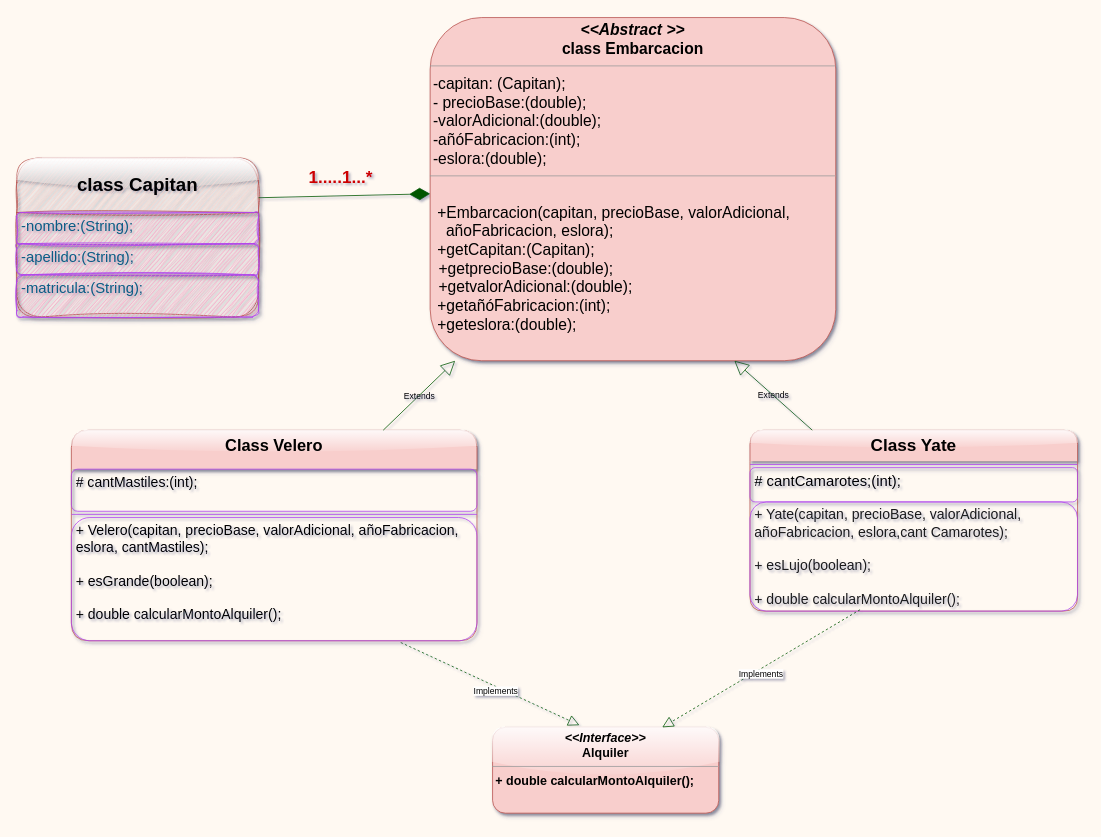
This is src/sistemaAlqulierEmbarcación.drawio from Mariayey12/EJERCICIOWORKSHOPPROGRAMACIONORIENTADA-OBJECTOS, a draw.io file, before an edit. Source tidied: cells renumbered, new cells numbered last; positions are measured from the earlier drawing's top-left corner, leaving out a move shared by most shapes. Both pictures are drawn from the tidied source at 78%, with x=0, y=0 at pixel (16, 17).
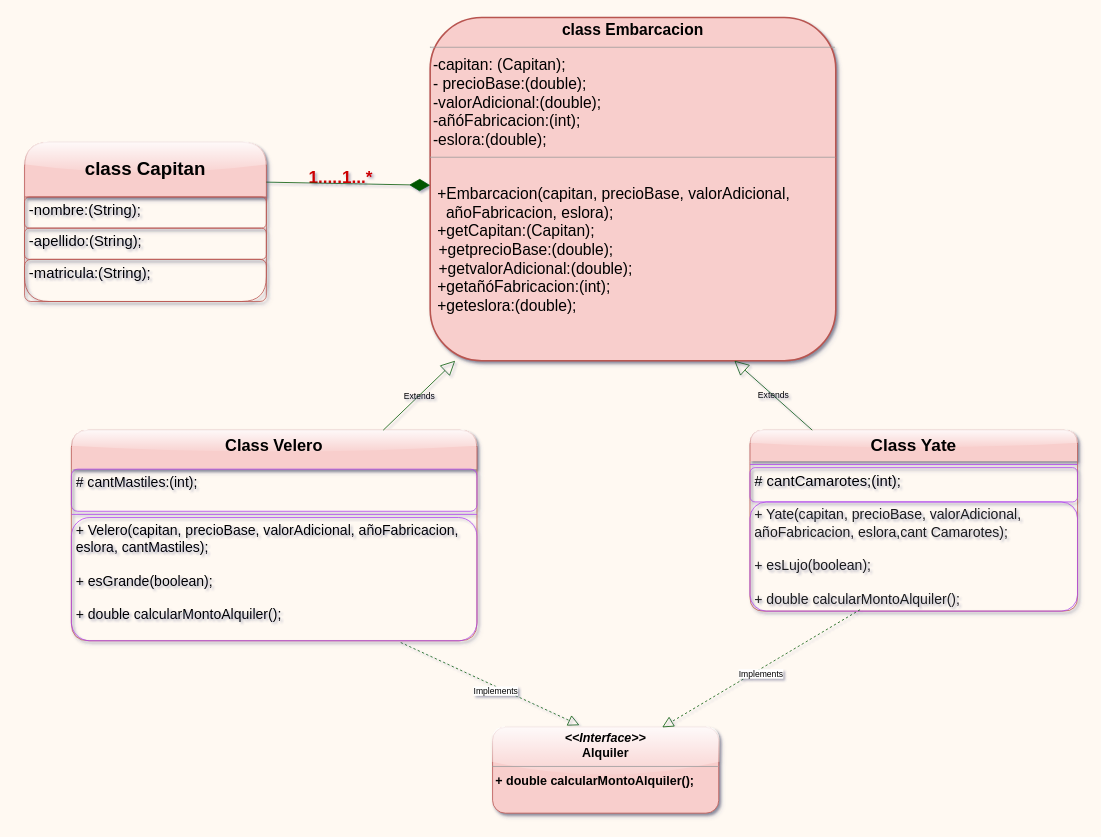
Above is the later version.

Diff of the diagram source:
```diff
@@
-    <mxCell id="4" value="&lt;font color=&quot;#000000&quot; style=&quot;font-size: 24px;&quot;&gt;&lt;b&gt;class Capitan&lt;/b&gt;&lt;/font&gt;" style="swimlane;fontStyle=0;horizontal=1;startSize=70;fillColor=#f8cecc;whiteSpace=wrap;html=1;strokeColor=#b85450;rounded=1;swimlaneLine=1;glass=1;sketch=1;curveFitting=1;jiggle=2;shadow=1;labelBackgroundColor=none;" parent="1" vertex="1">
-      <mxGeometry y="180" width="310" height="204" as="geometry" />
+    <mxCell id="4" value="&lt;font color=&quot;#000000&quot; style=&quot;font-size: 24px;&quot;&gt;&lt;b&gt;class Capitan&lt;/b&gt;&lt;/font&gt;" style="swimlane;fontStyle=0;horizontal=1;startSize=70;fillColor=#f8cecc;whiteSpace=wrap;html=1;strokeColor=#b85450;rounded=1;swimlaneLine=1;glass=1;shadow=1;labelBackgroundColor=none;" parent="1" vertex="1">
+      <mxGeometry x="10" y="160" width="310" height="204" as="geometry" />
     </mxCell>
-    <mxCell id="5" value="&lt;font style=&quot;font-size: 19px;&quot;&gt;-nombre:(String);&lt;/font&gt;" style="text;strokeColor=#AF45ED;fillColor=#F694C1;align=left;verticalAlign=top;spacingLeft=4;spacingRight=4;overflow=hidden;whiteSpace=wrap;html=1;fontSize=12;fontFamily=Helvetica;fontColor=#095C86;rounded=1;shadow=1;glass=0;sketch=1;curveFitting=1;jiggle=2;labelBackgroundColor=none;" parent="4" vertex="1">
+    <mxCell id="5" value="&lt;font style=&quot;font-size: 19px;&quot;&gt;-nombre:(String);&lt;/font&gt;" style="text;strokeColor=#b85450;fillColor=none;align=left;verticalAlign=top;spacingLeft=4;spacingRight=4;overflow=hidden;whiteSpace=wrap;html=1;fontSize=12;fontFamily=Helvetica;rounded=1;shadow=1;glass=0;labelBackgroundColor=none;" parent="4" vertex="1">
       <mxGeometry y="70" width="310" height="40" as="geometry" />
     </mxCell>
-    <mxCell id="6" value="&lt;font style=&quot;font-size: 19px;&quot;&gt;-apellido:(String);&lt;/font&gt;" style="text;strokeColor=#AF45ED;fillColor=#F694C1;align=left;verticalAlign=top;spacingLeft=4;spacingRight=4;overflow=hidden;whiteSpace=wrap;html=1;fontSize=12;fontFamily=Helvetica;fontColor=#095C86;rounded=1;shadow=1;sketch=1;curveFitting=1;jiggle=2;labelBackgroundColor=none;" parent="4" vertex="1">
+    <mxCell id="6" value="&lt;font style=&quot;font-size: 19px;&quot;&gt;-apellido:(String);&lt;/font&gt;" style="text;strokeColor=#b85450;fillColor=none;align=left;verticalAlign=top;spacingLeft=4;spacingRight=4;overflow=hidden;whiteSpace=wrap;html=1;fontSize=12;fontFamily=Helvetica;rounded=1;shadow=1;labelBackgroundColor=none;" parent="4" vertex="1">
       <mxGeometry y="110" width="310" height="40" as="geometry" />
     </mxCell>
-    <mxCell id="7" value="&lt;font style=&quot;font-size: 19px;&quot;&gt;-matricula:(String);&lt;/font&gt;" style="text;strokeColor=#AF45ED;fillColor=#F694C1;align=left;verticalAlign=top;spacingLeft=4;spacingRight=4;overflow=hidden;whiteSpace=wrap;html=1;fontSize=12;fontFamily=Helvetica;fontColor=#095C86;rounded=1;shadow=1;sketch=1;curveFitting=1;jiggle=2;labelBackgroundColor=none;" parent="4" vertex="1">
+    <mxCell id="7" value="&lt;font style=&quot;font-size: 19px;&quot;&gt;-matricula:(String);&lt;/font&gt;" style="text;strokeColor=#b85450;fillColor=none;align=left;verticalAlign=top;spacingLeft=4;spacingRight=4;overflow=hidden;whiteSpace=wrap;html=1;fontSize=12;fontFamily=Helvetica;rounded=1;shadow=1;labelBackgroundColor=none;" parent="4" vertex="1">
       <mxGeometry y="150" width="310" height="54" as="geometry" />
     </mxCell>
-    <mxCell id="8" value="&lt;p style=&quot;margin: 4px 0px 0px; text-align: center; font-size: 20px;&quot;&gt;&lt;font color=&quot;#000000&quot; style=&quot;font-size: 20px;&quot;&gt;&lt;b&gt;&lt;i style=&quot;&quot;&gt;&amp;lt;&amp;lt;Abstract &amp;gt;&amp;gt;&lt;/i&gt;&lt;br&gt;class Embarcacion&lt;/b&gt;&lt;br&gt;&lt;/font&gt;&lt;/p&gt;&lt;hr style=&quot;font-size: 20px;&quot; size=&quot;1&quot;&gt;&lt;p style=&quot;margin: 0px 0px 0px 4px; font-size: 20px;&quot;&gt;&lt;font color=&quot;#000000&quot; style=&quot;font-size: 20px;&quot;&gt;-capitan: (Capitan);&lt;br&gt;- precioBase:(double);&lt;/font&gt;&lt;/p&gt;&lt;p style=&quot;margin: 0px 0px 0px 4px; font-size: 20px;&quot;&gt;&lt;font color=&quot;#000000&quot; style=&quot;font-size: 20px;&quot;&gt;-valorAdicional:(double);&lt;/font&gt;&lt;/p&gt;&lt;p style=&quot;margin: 0px 0px 0px 4px; font-size: 20px;&quot;&gt;&lt;font color=&quot;#000000&quot; style=&quot;font-size: 20px;&quot;&gt;-añóFabricacion:(int);&lt;/font&gt;&lt;/p&gt;&lt;p style=&quot;margin: 0px 0px 0px 4px; font-size: 20px;&quot;&gt;&lt;font color=&quot;#000000&quot; style=&quot;font-size: 20px;&quot;&gt;-eslora:(double);&lt;/font&gt;&lt;/p&gt;&lt;hr style=&quot;font-size: 20px;&quot; size=&quot;1&quot;&gt;&lt;p style=&quot;margin: 0px 0px 0px 4px; font-size: 20px;&quot;&gt;&lt;font color=&quot;#000000&quot; style=&quot;font-size: 20px;&quot;&gt;&lt;br&gt;&amp;nbsp;+Embarcacion(capitan, precioBase, valorAdicional,&amp;nbsp; &amp;nbsp; &amp;nbsp; &amp;nbsp; &amp;nbsp; &amp;nbsp; &amp;nbsp;añoFabricacion, eslora);&lt;/font&gt;&lt;/p&gt;&lt;p style=&quot;margin: 0px 0px 0px 4px; font-size: 20px;&quot;&gt;&lt;font color=&quot;#000000&quot; style=&quot;font-size: 20px;&quot;&gt;&amp;nbsp;+getCapitan:(Capitan);&amp;nbsp;&lt;/font&gt;&lt;/p&gt;&lt;font color=&quot;#000000&quot; style=&quot;font-size: 20px;&quot;&gt;&amp;nbsp; +getprecioBase:(double);&lt;br&gt;&amp;nbsp; +getvalorAdicional:(double);&lt;/font&gt;&lt;p style=&quot;--tw-border-spacing-x: 0; --tw-border-spacing-y: 0; --tw-translate-x: 0; --tw-translate-y: 0; --tw-rotate: 0; --tw-skew-x: 0; --tw-skew-y: 0; --tw-scale-x: 1; --tw-scale-y: 1; --tw-pan-x: ; --tw-pan-y: ; --tw-pinch-zoom: ; --tw-scroll-snap-strictness: proximity; --tw-ordinal: ; --tw-slashed-zero: ; --tw-numeric-figure: ; --tw-numeric-spacing: ; --tw-numeric-fraction: ; --tw-ring-inset: ; --tw-ring-offset-width: 0px; --tw-ring-offset-color: #fff; --tw-ring-color: rgb(59 130 246 / .5); --tw-ring-offset-shadow: 0 0 #0000; --tw-ring-shadow: 0 0 #0000; --tw-shadow: 0 0 #0000; --tw-shadow-colored: 0 0 #0000; --tw-blur: ; --tw-brightness: ; --tw-contrast: ; --tw-grayscale: ; --tw-hue-rotate: ; --tw-invert: ; --tw-saturate: ; --tw-sepia: ; --tw-drop-shadow: ; --tw-backdrop-blur: ; --tw-backdrop-brightness: ; --tw-backdrop-contrast: ; --tw-backdrop-grayscale: ; --tw-backdrop-hue-rotate: ; --tw-backdrop-invert: ; --tw-backdrop-opacity: ; --tw-backdrop-saturate: ; --tw-backdrop-sepia: ; border-color: var(--border-color); margin: 0px 0px 0px 4px; font-size: 20px;&quot;&gt;&lt;font color=&quot;#000000&quot; style=&quot;font-size: 20px;&quot;&gt;&amp;nbsp;+getañóFabricacion:(int);&lt;/font&gt;&lt;/p&gt;&lt;p style=&quot;--tw-border-spacing-x: 0; --tw-border-spacing-y: 0; --tw-translate-x: 0; --tw-translate-y: 0; --tw-rotate: 0; --tw-skew-x: 0; --tw-skew-y: 0; --tw-scale-x: 1; --tw-scale-y: 1; --tw-pan-x: ; --tw-pan-y: ; --tw-pinch-zoom: ; --tw-scroll-snap-strictness: proximity; --tw-ordinal: ; --tw-slashed-zero: ; --tw-numeric-figure: ; --tw-numeric-spacing: ; --tw-numeric-fraction: ; --tw-ring-inset: ; --tw-ring-offset-width: 0px; --tw-ring-offset-color: #fff; --tw-ring-color: rgb(59 130 246 / .5); --tw-ring-offset-shadow: 0 0 #0000; --tw-ring-shadow: 0 0 #0000; --tw-shadow: 0 0 #0000; --tw-shadow-colored: 0 0 #0000; --tw-blur: ; --tw-brightness: ; --tw-contrast: ; --tw-grayscale: ; --tw-hue-rotate: ; --tw-invert: ; --tw-saturate: ; --tw-sepia: ; --tw-drop-shadow: ; --tw-backdrop-blur: ; --tw-backdrop-brightness: ; --tw-backdrop-contrast: ; --tw-backdrop-grayscale: ; --tw-backdrop-hue-rotate: ; --tw-backdrop-invert: ; --tw-backdrop-opacity: ; --tw-backdrop-saturate: ; --tw-backdrop-sepia: ; border-color: var(--border-color); margin: 0px 0px 0px 4px; font-size: 20px;&quot;&gt;&lt;font color=&quot;#000000&quot; style=&quot;font-size: 20px;&quot;&gt;&amp;nbsp;+geteslora:(double);&lt;/font&gt;&lt;/p&gt;" style="verticalAlign=top;align=left;overflow=fill;fontSize=12;fontFamily=Helvetica;html=1;whiteSpace=wrap;fillColor=#f8cecc;strokeColor=#b85450;rounded=1;shadow=1;glass=0;labelBackgroundColor=none;" parent="1" vertex="1">
+    <mxCell id="8" value="&lt;p style=&quot;margin: 4px 0px 0px; text-align: center; font-size: 20px;&quot;&gt;&lt;font color=&quot;#000000&quot; style=&quot;font-size: 20px;&quot;&gt;&lt;b&gt;class Embarcacion&lt;/b&gt;&lt;br&gt;&lt;/font&gt;&lt;/p&gt;&lt;hr style=&quot;font-size: 20px;&quot; size=&quot;1&quot;&gt;&lt;p style=&quot;margin: 0px 0px 0px 4px; font-size: 20px;&quot;&gt;&lt;font color=&quot;#000000&quot; style=&quot;font-size: 20px;&quot;&gt;-capitan: (Capitan);&lt;br&gt;- precioBase:(double);&lt;/font&gt;&lt;/p&gt;&lt;p style=&quot;margin: 0px 0px 0px 4px; font-size: 20px;&quot;&gt;&lt;font color=&quot;#000000&quot; style=&quot;font-size: 20px;&quot;&gt;-valorAdicional:(double);&lt;/font&gt;&lt;/p&gt;&lt;p style=&quot;margin: 0px 0px 0px 4px; font-size: 20px;&quot;&gt;&lt;font color=&quot;#000000&quot; style=&quot;font-size: 20px;&quot;&gt;-añóFabricacion:(int);&lt;/font&gt;&lt;/p&gt;&lt;p style=&quot;margin: 0px 0px 0px 4px; font-size: 20px;&quot;&gt;&lt;font color=&quot;#000000&quot; style=&quot;font-size: 20px;&quot;&gt;-eslora:(double);&lt;/font&gt;&lt;/p&gt;&lt;hr style=&quot;font-size: 20px;&quot; size=&quot;1&quot;&gt;&lt;p style=&quot;margin: 0px 0px 0px 4px; font-size: 20px;&quot;&gt;&lt;font color=&quot;#000000&quot; style=&quot;font-size: 20px;&quot;&gt;&lt;br&gt;&amp;nbsp;+Embarcacion(capitan, precioBase, valorAdicional,&amp;nbsp; &amp;nbsp; &amp;nbsp; &amp;nbsp; &amp;nbsp; &amp;nbsp; &amp;nbsp;añoFabricacion, eslora);&lt;/font&gt;&lt;/p&gt;&lt;p style=&quot;margin: 0px 0px 0px 4px; font-size: 20px;&quot;&gt;&lt;font color=&quot;#000000&quot; style=&quot;font-size: 20px;&quot;&gt;&amp;nbsp;+getCapitan:(Capitan);&amp;nbsp;&lt;/font&gt;&lt;/p&gt;&lt;font color=&quot;#000000&quot; style=&quot;font-size: 20px;&quot;&gt;&amp;nbsp; +getprecioBase:(double);&lt;br&gt;&amp;nbsp; +getvalorAdicional:(double);&lt;/font&gt;&lt;p style=&quot;--tw-border-spacing-x: 0; --tw-border-spacing-y: 0; --tw-translate-x: 0; --tw-translate-y: 0; --tw-rotate: 0; --tw-skew-x: 0; --tw-skew-y: 0; --tw-scale-x: 1; --tw-scale-y: 1; --tw-pan-x: ; --tw-pan-y: ; --tw-pinch-zoom: ; --tw-scroll-snap-strictness: proximity; --tw-ordinal: ; --tw-slashed-zero: ; --tw-numeric-figure: ; --tw-numeric-spacing: ; --tw-numeric-fraction: ; --tw-ring-inset: ; --tw-ring-offset-width: 0px; --tw-ring-offset-color: #fff; --tw-ring-color: rgb(59 130 246 / .5); --tw-ring-offset-shadow: 0 0 #0000; --tw-ring-shadow: 0 0 #0000; --tw-shadow: 0 0 #0000; --tw-shadow-colored: 0 0 #0000; --tw-blur: ; --tw-brightness: ; --tw-contrast: ; --tw-grayscale: ; --tw-hue-rotate: ; --tw-invert: ; --tw-saturate: ; --tw-sepia: ; --tw-drop-shadow: ; --tw-backdrop-blur: ; --tw-backdrop-brightness: ; --tw-backdrop-contrast: ; --tw-backdrop-grayscale: ; --tw-backdrop-hue-rotate: ; --tw-backdrop-invert: ; --tw-backdrop-opacity: ; --tw-backdrop-saturate: ; --tw-backdrop-sepia: ; border-color: var(--border-color); margin: 0px 0px 0px 4px; font-size: 20px;&quot;&gt;&lt;font color=&quot;#000000&quot; style=&quot;font-size: 20px;&quot;&gt;&amp;nbsp;+getañóFabricacion:(int);&lt;/font&gt;&lt;/p&gt;&lt;p style=&quot;--tw-border-spacing-x: 0; --tw-border-spacing-y: 0; --tw-translate-x: 0; --tw-translate-y: 0; --tw-rotate: 0; --tw-skew-x: 0; --tw-skew-y: 0; --tw-scale-x: 1; --tw-scale-y: 1; --tw-pan-x: ; --tw-pan-y: ; --tw-pinch-zoom: ; --tw-scroll-snap-strictness: proximity; --tw-ordinal: ; --tw-slashed-zero: ; --tw-numeric-figure: ; --tw-numeric-spacing: ; --tw-numeric-fraction: ; --tw-ring-inset: ; --tw-ring-offset-width: 0px; --tw-ring-offset-color: #fff; --tw-ring-color: rgb(59 130 246 / .5); --tw-ring-offset-shadow: 0 0 #0000; --tw-ring-shadow: 0 0 #0000; --tw-shadow: 0 0 #0000; --tw-shadow-colored: 0 0 #0000; --tw-blur: ; --tw-brightness: ; --tw-contrast: ; --tw-grayscale: ; --tw-hue-rotate: ; --tw-invert: ; --tw-saturate: ; --tw-sepia: ; --tw-drop-shadow: ; --tw-backdrop-blur: ; --tw-backdrop-brightness: ; --tw-backdrop-contrast: ; --tw-backdrop-grayscale: ; --tw-backdrop-hue-rotate: ; --tw-backdrop-invert: ; --tw-backdrop-opacity: ; --tw-backdrop-saturate: ; --tw-backdrop-sepia: ; border-color: var(--border-color); margin: 0px 0px 0px 4px; font-size: 20px;&quot;&gt;&lt;font color=&quot;#000000&quot; style=&quot;font-size: 20px;&quot;&gt;&amp;nbsp;+geteslora:(double);&lt;/font&gt;&lt;/p&gt;" style="verticalAlign=top;align=left;overflow=fill;fontSize=12;fontFamily=Helvetica;html=1;whiteSpace=wrap;fillColor=#f8cecc;strokeColor=#b85450;rounded=1;shadow=1;glass=0;labelBackgroundColor=none;strokeWidth=2;" parent="1" vertex="1">
       <mxGeometry x="530" width="520" height="440" as="geometry" />
     </mxCell>
```
